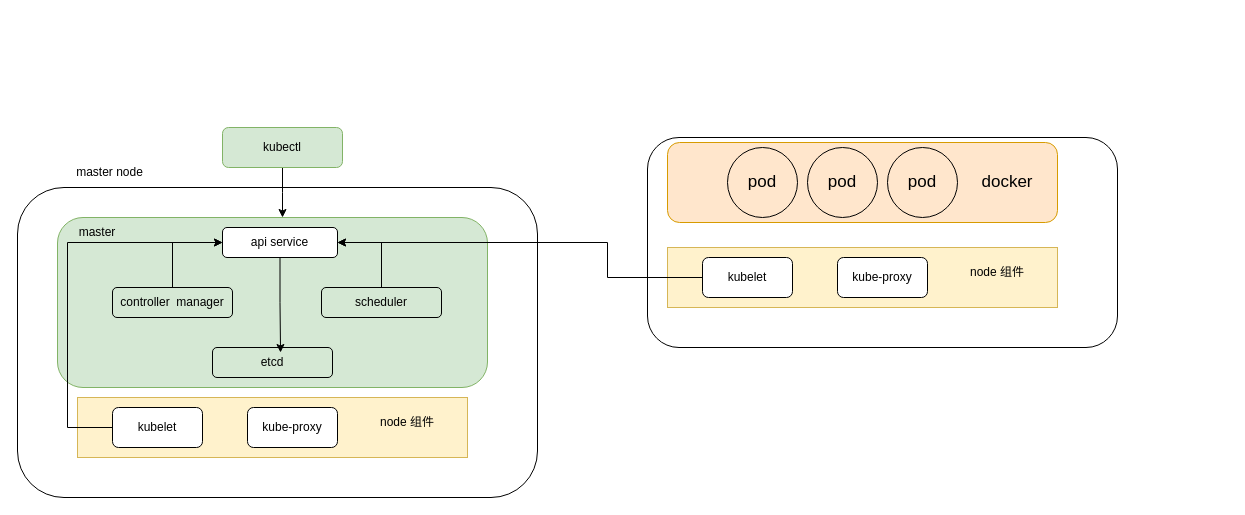
This is k8s.drawio from 872575323/diagrams, a draw.io file, before an edit. Source tidied: cells renumbered, new cells numbered last; positions are measured from the earlier drawing's top-left corner, leaving out a move shared by most shapes. Both pictures are drawn from the tidied source at 100%, with x=0, y=0 at pixel (17, 127).
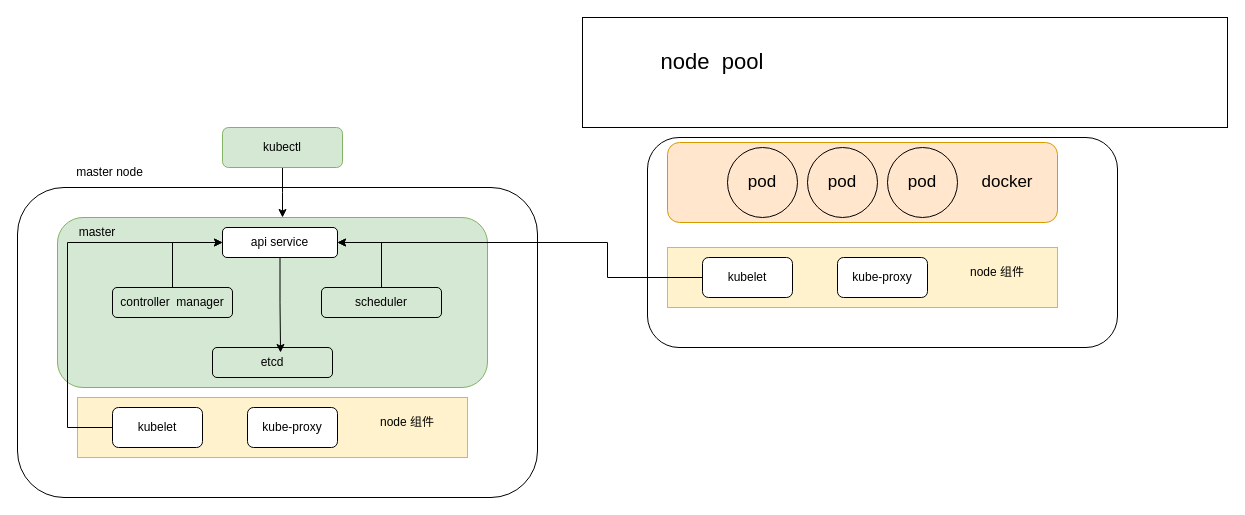
After the change.

Change to the diagram source:
```diff
@@
+    <mxCell id="34" style="rounded=0;whiteSpace=wrap;html=1;fontSize=17;strokeColor=#000000;strokeWidth=1;fillColor=none;" parent="1" vertex="1">
+      <mxGeometry x="565" y="-110" width="645" height="110" as="geometry" />
+    </mxCell>
+    <mxCell id="35" value="node&amp;nbsp; pool" style="text;html=1;strokeColor=none;fillColor=none;align=center;verticalAlign=middle;whiteSpace=wrap;rounded=0;fontSize=22;" parent="1" vertex="1">
+      <mxGeometry x="600" y="-90" width="190" height="50" as="geometry" />
+    </mxCell>
```
